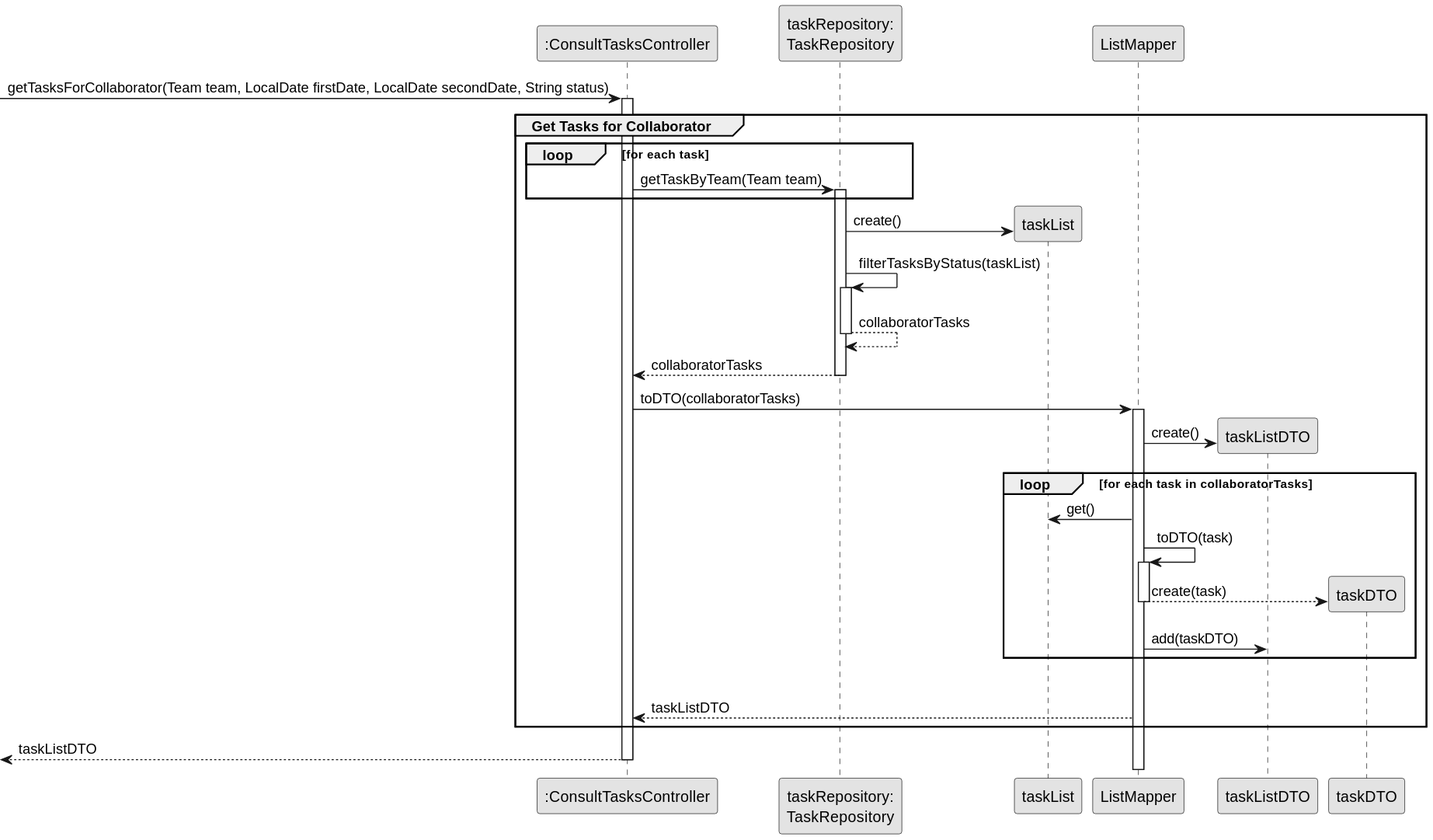
Before: docs/sprint3/us029/03.design/svg/us029-sequence-diagram-partial-get-task-list.svg, a diagram exported from PlantUML (tiagosoa/lei-24-s2-1dgh-g073).
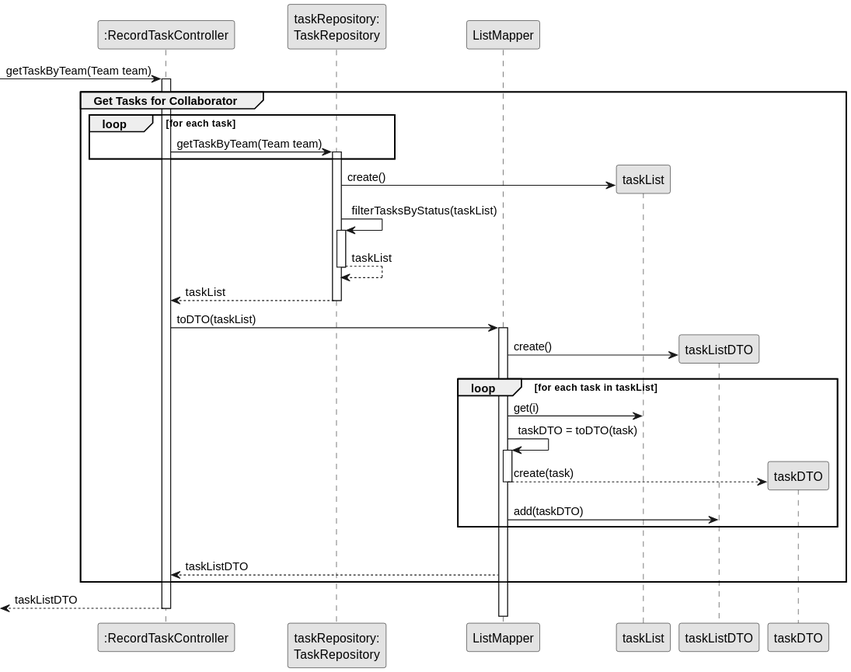
The same diagram one commit later.

Commit message:
Fixes to DTO diagram

The edit, as a diff of the source:
```diff
@@ -5,14 +5,14 @@
 
 
 
-participant ":ConsultTasksController" as CTRL
+participant ":RecordTaskController" as CTRL
 participant "taskRepository:\nTaskRepository" as TAR
+participant "ListMapper" as LM
 participant "taskList" as TL
-participant "ListMapper" as LM
 participant "taskListDTO" as TLDTO
 participant "taskDTO" as TDTO
 
-        -> CTRL : getTasksForCollaborator(Team team, LocalDate firstDate, LocalDate secondDate, String status)
+        -> CTRL : getTaskByTeam(Team team)
                   activate CTRL
     group Get Tasks for Collaborator
 
@@ -27,22 +27,22 @@
                                 TAR -> TAR: filterTasksByStatus(taskList)
                                 activate TAR
 
-                                TAR --> TAR: collaboratorTasks
+                                TAR --> TAR: taskList
                                 deactivate TAR
 
-                     TAR --> CTRL: collaboratorTasks
+                     TAR --> CTRL: taskList
                      deactivate TAR
 
-                     CTRL -> LM: toDTO(collaboratorTasks)
+                     CTRL -> LM: toDTO(taskList)
                      activate LM
 
                      LM -> TLDTO**: create()
 
-                     loop for each task in collaboratorTasks
+                     loop for each task in taskList
 
-                     LM -> TL: get()
+                     LM -> TL: get(i)
 
-                     LM -> LM: toDTO(task)
+                     LM -> LM: taskDTO = toDTO(task)
                      activate LM
 
                      LM --> TDTO**: create(task)
```
